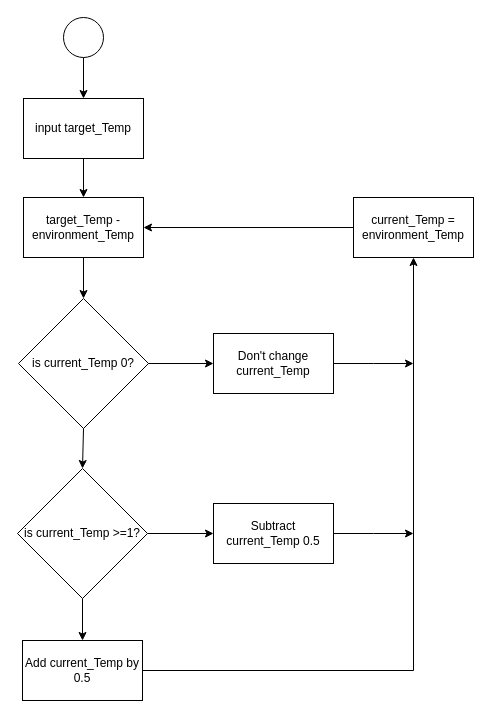
Earlier version of the draw.io diagram Thermal Control.drawio (MonaJea-Ng/Projects). Source tidied: cells renumbered, new cells numbered last; positions are measured from the earlier drawing's top-left corner, leaving out a move shared by most shapes. Both pictures are drawn from the tidied source at 100%, with x=0, y=0 at pixel (17, 17).
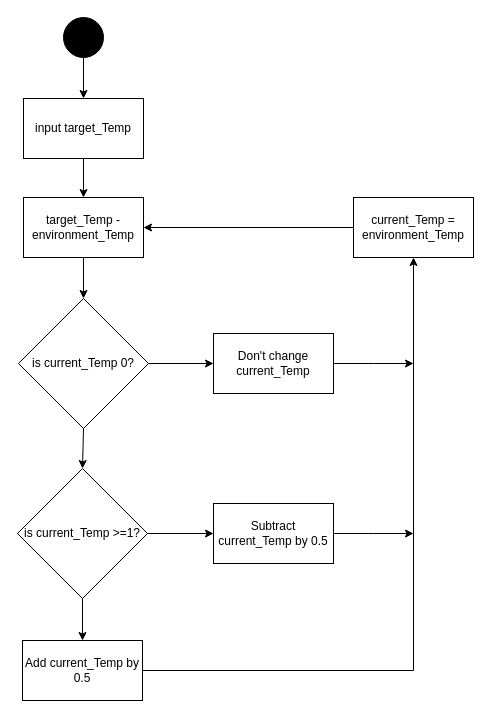
The same page after the edit.

What changed in the source:
```diff
@@
-    <mxCell id="2" style="ellipse;whiteSpace=wrap;html=1;" parent="1" vertex="1">
+    <mxCell id="2" style="ellipse;whiteSpace=wrap;html=1;fillColor=#000000;" parent="1" vertex="1">
       <mxGeometry x="46" width="40" height="40" as="geometry" />
     </mxCell>
@@
-    <mxCell id="9" value="Subtract current_Temp 0.5" style="rounded=0;whiteSpace=wrap;html=1;" parent="1" vertex="1">
+    <mxCell id="9" value="Subtract current_Temp by 0.5" style="rounded=0;whiteSpace=wrap;html=1;" parent="1" vertex="1">
       <mxGeometry x="196" y="486" width="120" height="60" as="geometry" />
     </mxCell>
```
